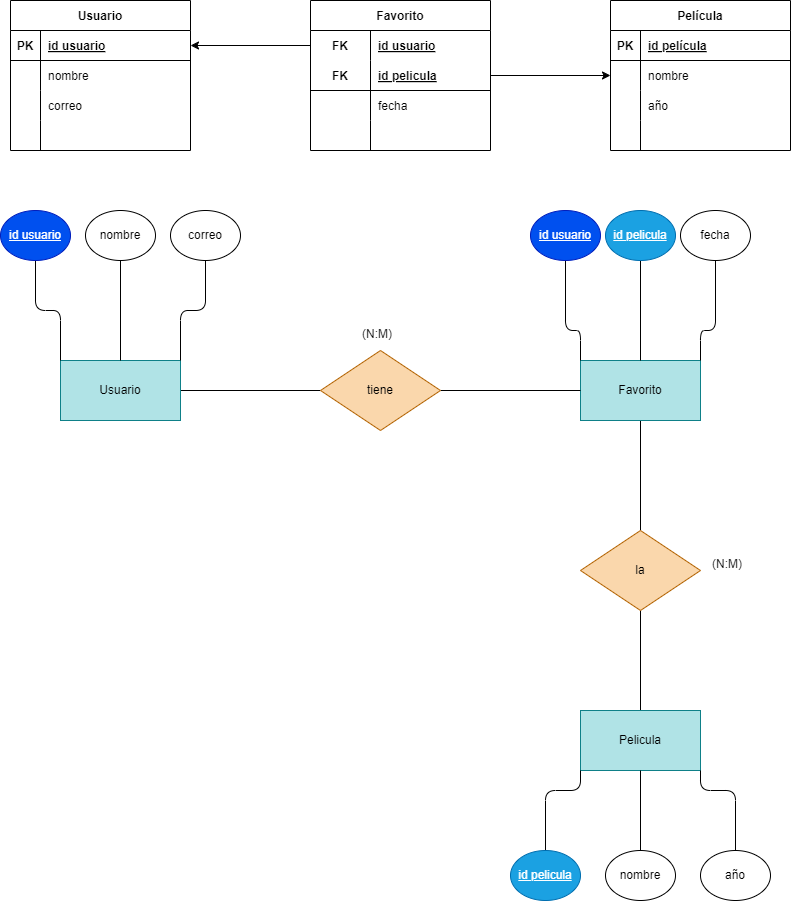
This is Tareas/Unidad2/ejercicio2.6.drawio.png from WhiteCascade/BAE, a draw.io export, as it was before one commit. Source tidied: cells renumbered, new cells last; positions are measured from the earlier drawing's top-left corner, leaving out a move shared by most shapes. Source of this version:
```xml
<mxGraphModel>
  <root>
    <mxCell id="0" />
    <mxCell id="1" parent="0" />
    <mxCell id="2" value="Usuario" style="shape=table;startSize=30;rowLines=0;fontStyle=1;align=center;" parent="1" vertex="1">
      <mxGeometry x="10" width="180" height="150" as="geometry" />
    </mxCell>
    <mxCell id="3" style="shape=tableRow;horizontal=0;startSize=0;swimlaneHead=0;swimlaneBody=0;fillColor=none;points=[[0,0.5],[1,0.5]];portConstraint=eastwest;top=0;left=0;right=0;bottom=1;" parent="2" vertex="1">
      <mxGeometry y="30" width="180" height="30" as="geometry" />
    </mxCell>
    <mxCell id="4" value="PK" style="shape=partialRectangle;fillColor=none;top=0;left=0;bottom=0;right=0;fontStyle=1;overflow=hidden;" parent="3" vertex="1">
      <mxGeometry width="30" height="30" as="geometry" />
    </mxCell>
    <mxCell id="5" value="id usuario" style="shape=partialRectangle;fillColor=none;top=0;left=0;bottom=0;right=0;align=left;spacingLeft=6;fontStyle=5;overflow=hidden;" parent="3" vertex="1">
      <mxGeometry x="30" width="150" height="30" as="geometry" />
    </mxCell>
    <mxCell id="6" style="shape=tableRow;horizontal=0;startSize=0;swimlaneHead=0;swimlaneBody=0;fillColor=none;top=0;left=0;right=0;bottom=0;" parent="2" vertex="1">
      <mxGeometry y="60" width="180" height="30" as="geometry" />
    </mxCell>
    <mxCell id="7" style="shape=partialRectangle;fillColor=none;top=0;left=0;bottom=0;right=0;overflow=hidden;" parent="6" vertex="1">
      <mxGeometry width="30" height="30" as="geometry" />
    </mxCell>
    <mxCell id="8" value="nombre" style="shape=partialRectangle;fillColor=none;top=0;left=0;bottom=0;right=0;align=left;spacingLeft=6;overflow=hidden;" parent="6" vertex="1">
      <mxGeometry x="30" width="150" height="30" as="geometry" />
    </mxCell>
    <mxCell id="9" style="shape=tableRow;horizontal=0;startSize=0;swimlaneHead=0;swimlaneBody=0;fillColor=none;top=0;left=0;right=0;bottom=0;" parent="2" vertex="1">
      <mxGeometry y="90" width="180" height="30" as="geometry" />
    </mxCell>
    <mxCell id="10" style="shape=partialRectangle;fillColor=none;top=0;left=0;bottom=0;right=0;overflow=hidden;" parent="9" vertex="1">
      <mxGeometry width="30" height="30" as="geometry" />
    </mxCell>
    <mxCell id="11" value="correo" style="shape=partialRectangle;fillColor=none;top=0;left=0;bottom=0;right=0;align=left;spacingLeft=6;overflow=hidden;" parent="9" vertex="1">
      <mxGeometry x="30" width="150" height="30" as="geometry" />
    </mxCell>
    <mxCell id="12" style="shape=tableRow;horizontal=0;startSize=0;swimlaneHead=0;swimlaneBody=0;fillColor=none;top=0;left=0;right=0;bottom=0;" parent="2" vertex="1">
      <mxGeometry y="120" width="180" height="30" as="geometry" />
    </mxCell>
    <mxCell id="13" style="shape=partialRectangle;fillColor=none;top=0;left=0;bottom=0;right=0;overflow=hidden;" parent="12" vertex="1">
      <mxGeometry width="30" height="30" as="geometry" />
    </mxCell>
    <mxCell id="14" style="shape=partialRectangle;fillColor=none;top=0;left=0;bottom=0;right=0;align=left;spacingLeft=6;overflow=hidden;" parent="12" vertex="1">
      <mxGeometry x="30" width="150" height="30" as="geometry" />
    </mxCell>
    <mxCell id="15" value="Favorito" style="shape=table;startSize=30;rowLines=0;fontStyle=1;align=center;" parent="1" vertex="1">
      <mxGeometry x="310" width="180" height="150" as="geometry" />
    </mxCell>
    <mxCell id="16" style="shape=tableRow;horizontal=0;startSize=0;swimlaneHead=0;swimlaneBody=0;fillColor=none;points=[[0,0.5],[1,0.5]];portConstraint=eastwest;top=0;left=0;right=0;bottom=0;" parent="15" vertex="1">
      <mxGeometry y="30" width="180" height="30" as="geometry" />
    </mxCell>
    <mxCell id="17" value="FK" style="shape=partialRectangle;fillColor=none;top=0;left=0;bottom=0;right=0;fontStyle=1;overflow=hidden;" parent="16" vertex="1">
      <mxGeometry width="60" height="30" as="geometry" />
    </mxCell>
    <mxCell id="18" value="id usuario" style="shape=partialRectangle;fillColor=none;top=0;left=0;bottom=0;right=0;align=left;spacingLeft=6;fontStyle=5;overflow=hidden;" parent="16" vertex="1">
      <mxGeometry x="60" width="120" height="30" as="geometry" />
    </mxCell>
    <mxCell id="19" style="shape=tableRow;horizontal=0;startSize=0;swimlaneHead=0;swimlaneBody=0;fillColor=none;points=[[0,0.5],[1,0.5]];portConstraint=eastwest;top=0;left=0;right=0;bottom=1;" parent="15" vertex="1">
      <mxGeometry y="60" width="180" height="30" as="geometry" />
    </mxCell>
    <mxCell id="20" value="FK" style="shape=partialRectangle;fillColor=none;top=0;left=0;bottom=0;right=0;fontStyle=1;overflow=hidden;" parent="19" vertex="1">
      <mxGeometry width="60" height="30" as="geometry" />
    </mxCell>
    <mxCell id="21" value="id pelicula" style="shape=partialRectangle;fillColor=none;top=0;left=0;bottom=0;right=0;align=left;spacingLeft=6;fontStyle=5;overflow=hidden;" parent="19" vertex="1">
      <mxGeometry x="60" width="120" height="30" as="geometry" />
    </mxCell>
    <mxCell id="22" style="shape=tableRow;horizontal=0;startSize=0;swimlaneHead=0;swimlaneBody=0;fillColor=none;top=0;left=0;right=0;bottom=0;" parent="15" vertex="1">
      <mxGeometry y="90" width="180" height="30" as="geometry" />
    </mxCell>
    <mxCell id="23" style="shape=partialRectangle;fillColor=none;top=0;left=0;bottom=0;right=0;overflow=hidden;" parent="22" vertex="1">
      <mxGeometry width="60" height="30" as="geometry" />
    </mxCell>
    <mxCell id="24" value="fecha" style="shape=partialRectangle;fillColor=none;top=0;left=0;bottom=0;right=0;align=left;spacingLeft=6;overflow=hidden;" parent="22" vertex="1">
      <mxGeometry x="60" width="120" height="30" as="geometry" />
    </mxCell>
    <mxCell id="25" style="shape=tableRow;horizontal=0;startSize=0;swimlaneHead=0;swimlaneBody=0;fillColor=none;top=0;left=0;right=0;bottom=0;" parent="15" vertex="1">
      <mxGeometry y="120" width="180" height="30" as="geometry" />
    </mxCell>
    <mxCell id="26" style="shape=partialRectangle;fillColor=none;top=0;left=0;bottom=0;right=0;overflow=hidden;" parent="25" vertex="1">
      <mxGeometry width="60" height="30" as="geometry" />
    </mxCell>
    <mxCell id="27" style="shape=partialRectangle;fillColor=none;top=0;left=0;bottom=0;right=0;align=left;spacingLeft=6;overflow=hidden;" parent="25" vertex="1">
      <mxGeometry x="60" width="120" height="30" as="geometry" />
    </mxCell>
    <mxCell id="28" value="Película" style="shape=table;startSize=30;rowLines=0;fontStyle=1;align=center;" parent="1" vertex="1">
      <mxGeometry x="610" width="180" height="150" as="geometry" />
    </mxCell>
    <mxCell id="29" style="shape=tableRow;horizontal=0;startSize=0;swimlaneHead=0;swimlaneBody=0;fillColor=none;top=0;left=0;right=0;bottom=1;" parent="28" vertex="1">
      <mxGeometry y="30" width="180" height="30" as="geometry" />
    </mxCell>
    <mxCell id="30" value="PK" style="shape=partialRectangle;fillColor=none;top=0;left=0;bottom=0;right=0;fontStyle=1;overflow=hidden;" parent="29" vertex="1">
      <mxGeometry width="30" height="30" as="geometry" />
    </mxCell>
    <mxCell id="31" value="id película" style="shape=partialRectangle;fillColor=none;top=0;left=0;bottom=0;right=0;align=left;spacingLeft=6;fontStyle=5;overflow=hidden;" parent="29" vertex="1">
      <mxGeometry x="30" width="150" height="30" as="geometry" />
    </mxCell>
    <mxCell id="32" style="shape=tableRow;horizontal=0;startSize=0;swimlaneHead=0;swimlaneBody=0;fillColor=none;top=0;left=0;right=0;bottom=0;" parent="28" vertex="1">
      <mxGeometry y="60" width="180" height="30" as="geometry" />
    </mxCell>
    <mxCell id="33" style="shape=partialRectangle;fillColor=none;top=0;left=0;bottom=0;right=0;overflow=hidden;" parent="32" vertex="1">
      <mxGeometry width="30" height="30" as="geometry" />
    </mxCell>
    <mxCell id="34" value="nombre" style="shape=partialRectangle;fillColor=none;top=0;left=0;bottom=0;right=0;align=left;spacingLeft=6;overflow=hidden;" parent="32" vertex="1">
      <mxGeometry x="30" width="150" height="30" as="geometry" />
    </mxCell>
    <mxCell id="35" style="shape=tableRow;horizontal=0;startSize=0;swimlaneHead=0;swimlaneBody=0;fillColor=none;top=0;left=0;right=0;bottom=0;" parent="28" vertex="1">
      <mxGeometry y="90" width="180" height="30" as="geometry" />
    </mxCell>
    <mxCell id="36" style="shape=partialRectangle;fillColor=none;top=0;left=0;bottom=0;right=0;overflow=hidden;" parent="35" vertex="1">
      <mxGeometry width="30" height="30" as="geometry" />
    </mxCell>
    <mxCell id="37" value="año" style="shape=partialRectangle;fillColor=none;top=0;left=0;bottom=0;right=0;align=left;spacingLeft=6;overflow=hidden;" parent="35" vertex="1">
      <mxGeometry x="30" width="150" height="30" as="geometry" />
    </mxCell>
    <mxCell id="38" style="shape=tableRow;horizontal=0;startSize=0;swimlaneHead=0;swimlaneBody=0;fillColor=none;top=0;left=0;right=0;bottom=0;" parent="28" vertex="1">
      <mxGeometry y="120" width="180" height="30" as="geometry" />
    </mxCell>
    <mxCell id="39" style="shape=partialRectangle;fillColor=none;top=0;left=0;bottom=0;right=0;overflow=hidden;" parent="38" vertex="1">
      <mxGeometry width="30" height="30" as="geometry" />
    </mxCell>
    <mxCell id="40" style="shape=partialRectangle;fillColor=none;top=0;left=0;bottom=0;right=0;align=left;spacingLeft=6;overflow=hidden;" parent="38" vertex="1">
      <mxGeometry x="30" width="150" height="30" as="geometry" />
    </mxCell>
    <mxCell id="41" style="edgeStyle=none;html=1;entryX=0;entryY=0.5;entryDx=0;entryDy=0;" parent="1" edge="1" source="19" target="28">
      <mxGeometry relative="1" as="geometry" />
    </mxCell>
    <mxCell id="42" style="edgeStyle=none;html=1;entryX=1;entryY=0.5;entryDx=0;entryDy=0;" parent="1" edge="1" source="16" target="3">
      <mxGeometry relative="1" as="geometry" />
    </mxCell>
    <mxCell id="43" style="edgeStyle=none;html=1;endArrow=none;endFill=0;" parent="1" edge="1" source="44" target="48">
      <mxGeometry relative="1" as="geometry" />
    </mxCell>
    <mxCell id="44" value="Usuario" style="rounded=0;whiteSpace=wrap;html=1;fillColor=#b0e3e6;strokeColor=#0e8088;" parent="1" vertex="1">
      <mxGeometry x="60" y="360" width="120" height="60" as="geometry" />
    </mxCell>
    <mxCell id="45" style="edgeStyle=none;html=1;endArrow=none;endFill=0;" parent="1" edge="1" source="46" target="50">
      <mxGeometry relative="1" as="geometry" />
    </mxCell>
    <mxCell id="46" value="Favorito" style="rounded=0;whiteSpace=wrap;html=1;fillColor=#b0e3e6;strokeColor=#0e8088;" parent="1" vertex="1">
      <mxGeometry x="580" y="360" width="120" height="60" as="geometry" />
    </mxCell>
    <mxCell id="47" style="edgeStyle=none;html=1;entryX=0;entryY=0.5;entryDx=0;entryDy=0;endArrow=none;endFill=0;" parent="1" edge="1" source="48" target="46">
      <mxGeometry relative="1" as="geometry" />
    </mxCell>
    <mxCell id="48" value="tiene" style="rhombus;whiteSpace=wrap;html=1;fillColor=#fad7ac;strokeColor=#b46504;" parent="1" vertex="1">
      <mxGeometry x="320" y="350" width="120" height="80" as="geometry" />
    </mxCell>
    <mxCell id="49" style="edgeStyle=none;html=1;endArrow=none;endFill=0;" parent="1" edge="1" source="50" target="51">
      <mxGeometry relative="1" as="geometry" />
    </mxCell>
    <mxCell id="50" value="la" style="rhombus;whiteSpace=wrap;html=1;fillColor=#fad7ac;strokeColor=#b46504;" parent="1" vertex="1">
      <mxGeometry x="580" y="530" width="120" height="80" as="geometry" />
    </mxCell>
    <mxCell id="51" value="Pelicula" style="rounded=0;whiteSpace=wrap;html=1;fillColor=#b0e3e6;strokeColor=#0e8088;" parent="1" vertex="1">
      <mxGeometry x="580" y="710" width="120" height="60" as="geometry" />
    </mxCell>
    <mxCell id="52" style="edgeStyle=none;html=1;entryX=0;entryY=0;entryDx=0;entryDy=0;endArrow=none;endFill=0;" parent="1" edge="1" source="53" target="44">
      <mxGeometry relative="1" as="geometry">
        <Array as="points">
          <mxPoint x="35" y="310" />
          <mxPoint x="60" y="310" />
        </Array>
      </mxGeometry>
    </mxCell>
    <mxCell id="53" value="&lt;u&gt;id usuario&lt;/u&gt;" style="ellipse;whiteSpace=wrap;html=1;fillColor=#0050ef;fontColor=#ffffff;strokeColor=#001DBC;" parent="1" vertex="1">
      <mxGeometry y="210" width="70" height="50" as="geometry" />
    </mxCell>
    <mxCell id="54" style="edgeStyle=none;html=1;entryX=1;entryY=0;entryDx=0;entryDy=0;endArrow=none;endFill=0;" parent="1" edge="1" source="55" target="44">
      <mxGeometry relative="1" as="geometry">
        <Array as="points">
          <mxPoint x="205" y="310" />
          <mxPoint x="180" y="310" />
        </Array>
      </mxGeometry>
    </mxCell>
    <mxCell id="55" value="correo" style="ellipse;whiteSpace=wrap;html=1;" parent="1" vertex="1">
      <mxGeometry x="170" y="210" width="70" height="50" as="geometry" />
    </mxCell>
    <mxCell id="56" style="edgeStyle=none;html=1;endArrow=none;endFill=0;" parent="1" edge="1" source="57" target="44">
      <mxGeometry relative="1" as="geometry" />
    </mxCell>
    <mxCell id="57" value="nombre" style="ellipse;whiteSpace=wrap;html=1;" parent="1" vertex="1">
      <mxGeometry x="85" y="210" width="70" height="50" as="geometry" />
    </mxCell>
    <mxCell id="58" style="edgeStyle=none;html=1;entryX=0;entryY=0;entryDx=0;entryDy=0;endArrow=none;endFill=0;" parent="1" edge="1" source="59" target="46">
      <mxGeometry relative="1" as="geometry">
        <Array as="points">
          <mxPoint x="565" y="330" />
          <mxPoint x="580" y="330" />
        </Array>
      </mxGeometry>
    </mxCell>
    <mxCell id="59" value="&lt;u&gt;id usuario&lt;/u&gt;" style="ellipse;whiteSpace=wrap;html=1;fillColor=#0050ef;fontColor=#ffffff;strokeColor=#001DBC;" parent="1" vertex="1">
      <mxGeometry x="530" y="210" width="70" height="50" as="geometry" />
    </mxCell>
    <mxCell id="60" style="edgeStyle=none;html=1;endArrow=none;endFill=0;" parent="1" edge="1" source="61" target="46">
      <mxGeometry relative="1" as="geometry" />
    </mxCell>
    <mxCell id="61" value="&lt;u&gt;id pelicula&lt;/u&gt;" style="ellipse;whiteSpace=wrap;html=1;fillColor=#1ba1e2;fontColor=#ffffff;strokeColor=#006EAF;" parent="1" vertex="1">
      <mxGeometry x="605" y="210" width="70" height="50" as="geometry" />
    </mxCell>
    <mxCell id="62" style="edgeStyle=none;html=1;entryX=1;entryY=0;entryDx=0;entryDy=0;endArrow=none;endFill=0;" parent="1" edge="1" source="63" target="46">
      <mxGeometry relative="1" as="geometry">
        <Array as="points">
          <mxPoint x="715" y="330" />
          <mxPoint x="700" y="330" />
        </Array>
      </mxGeometry>
    </mxCell>
    <mxCell id="63" value="fecha" style="ellipse;whiteSpace=wrap;html=1;" parent="1" vertex="1">
      <mxGeometry x="680" y="210" width="70" height="50" as="geometry" />
    </mxCell>
    <mxCell id="64" style="edgeStyle=none;html=1;entryX=0;entryY=1;entryDx=0;entryDy=0;endArrow=none;endFill=0;" parent="1" edge="1" source="65" target="51">
      <mxGeometry relative="1" as="geometry">
        <Array as="points">
          <mxPoint x="545" y="790" />
          <mxPoint x="580" y="790" />
        </Array>
      </mxGeometry>
    </mxCell>
    <mxCell id="65" value="&lt;u&gt;id pelicula&lt;/u&gt;" style="ellipse;whiteSpace=wrap;html=1;fillColor=#1ba1e2;fontColor=#ffffff;strokeColor=#006EAF;" parent="1" vertex="1">
      <mxGeometry x="510" y="850" width="70" height="50" as="geometry" />
    </mxCell>
    <mxCell id="66" style="edgeStyle=none;html=1;endArrow=none;endFill=0;" parent="1" edge="1" source="67" target="51">
      <mxGeometry relative="1" as="geometry" />
    </mxCell>
    <mxCell id="67" value="nombre" style="ellipse;whiteSpace=wrap;html=1;" parent="1" vertex="1">
      <mxGeometry x="605" y="850" width="70" height="50" as="geometry" />
    </mxCell>
    <mxCell id="68" style="edgeStyle=none;html=1;entryX=1;entryY=1;entryDx=0;entryDy=0;endArrow=none;endFill=0;" parent="1" edge="1" source="69" target="51">
      <mxGeometry relative="1" as="geometry">
        <Array as="points">
          <mxPoint x="735" y="790" />
          <mxPoint x="700" y="790" />
        </Array>
      </mxGeometry>
    </mxCell>
    <mxCell id="69" value="año" style="ellipse;whiteSpace=wrap;html=1;" parent="1" vertex="1">
      <mxGeometry x="700" y="850" width="70" height="50" as="geometry" />
    </mxCell>
    <mxCell id="70" value="(N:M)" style="text;whiteSpace=wrap;html=1;" parent="1" vertex="1">
      <mxGeometry x="710" y="550" width="60" height="40" as="geometry" />
    </mxCell>
    <mxCell id="71" value="(N:M)" style="text;whiteSpace=wrap;html=1;" parent="1" vertex="1">
      <mxGeometry x="360" y="320" width="60" height="40" as="geometry" />
    </mxCell>
  </root>
</mxGraphModel>
```
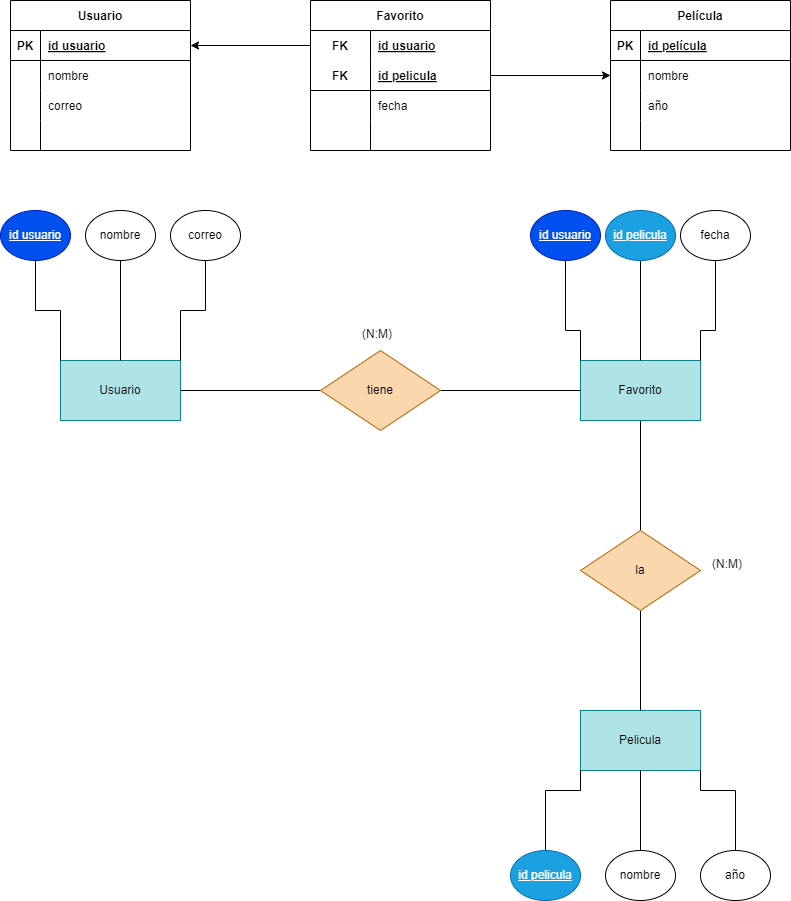
After the commit.

The edit, as a diff of the source:
```diff
@@ -152,7 +152,7 @@
     <mxCell id="51" value="Pelicula" style="rounded=0;whiteSpace=wrap;html=1;fillColor=#b0e3e6;strokeColor=#0e8088;" parent="1" vertex="1">
       <mxGeometry x="580" y="710" width="120" height="60" as="geometry" />
     </mxCell>
-    <mxCell id="52" style="edgeStyle=none;html=1;entryX=0;entryY=0;entryDx=0;entryDy=0;endArrow=none;endFill=0;" parent="1" edge="1" source="53" target="44">
+    <mxCell id="52" style="edgeStyle=none;html=1;entryX=0;entryY=0;entryDx=0;entryDy=0;endArrow=none;endFill=0;rounded=0;" parent="1" edge="1" source="53" target="44">
       <mxGeometry relative="1" as="geometry">
         <Array as="points">
           <mxPoint x="35" y="310" />
@@ -163,7 +163,7 @@
     <mxCell id="53" value="&lt;u&gt;id usuario&lt;/u&gt;" style="ellipse;whiteSpace=wrap;html=1;fillColor=#0050ef;fontColor=#ffffff;strokeColor=#001DBC;" parent="1" vertex="1">
       <mxGeometry y="210" width="70" height="50" as="geometry" />
     </mxCell>
-    <mxCell id="54" style="edgeStyle=none;html=1;entryX=1;entryY=0;entryDx=0;entryDy=0;endArrow=none;endFill=0;" parent="1" edge="1" source="55" target="44">
+    <mxCell id="54" style="edgeStyle=none;html=1;entryX=1;entryY=0;entryDx=0;entryDy=0;endArrow=none;endFill=0;rounded=0;" parent="1" edge="1" source="55" target="44">
       <mxGeometry relative="1" as="geometry">
         <Array as="points">
           <mxPoint x="205" y="310" />
@@ -180,7 +180,7 @@
     <mxCell id="57" value="nombre" style="ellipse;whiteSpace=wrap;html=1;" parent="1" vertex="1">
       <mxGeometry x="85" y="210" width="70" height="50" as="geometry" />
     </mxCell>
-    <mxCell id="58" style="edgeStyle=none;html=1;entryX=0;entryY=0;entryDx=0;entryDy=0;endArrow=none;endFill=0;" parent="1" edge="1" source="59" target="46">
+    <mxCell id="58" style="edgeStyle=none;html=1;entryX=0;entryY=0;entryDx=0;entryDy=0;endArrow=none;endFill=0;rounded=0;" parent="1" edge="1" source="59" target="46">
       <mxGeometry relative="1" as="geometry">
         <Array as="points">
           <mxPoint x="565" y="330" />
@@ -197,7 +197,7 @@
     <mxCell id="61" value="&lt;u&gt;id pelicula&lt;/u&gt;" style="ellipse;whiteSpace=wrap;html=1;fillColor=#1ba1e2;fontColor=#ffffff;strokeColor=#006EAF;" parent="1" vertex="1">
       <mxGeometry x="605" y="210" width="70" height="50" as="geometry" />
     </mxCell>
-    <mxCell id="62" style="edgeStyle=none;html=1;entryX=1;entryY=0;entryDx=0;entryDy=0;endArrow=none;endFill=0;" parent="1" edge="1" source="63" target="46">
+    <mxCell id="62" style="edgeStyle=none;html=1;entryX=1;entryY=0;entryDx=0;entryDy=0;endArrow=none;endFill=0;rounded=0;" parent="1" edge="1" source="63" target="46">
       <mxGeometry relative="1" as="geometry">
         <Array as="points">
           <mxPoint x="715" y="330" />
@@ -208,7 +208,7 @@
     <mxCell id="63" value="fecha" style="ellipse;whiteSpace=wrap;html=1;" parent="1" vertex="1">
       <mxGeometry x="680" y="210" width="70" height="50" as="geometry" />
     </mxCell>
-    <mxCell id="64" style="edgeStyle=none;html=1;entryX=0;entryY=1;entryDx=0;entryDy=0;endArrow=none;endFill=0;" parent="1" edge="1" source="65" target="51">
+    <mxCell id="64" style="edgeStyle=none;html=1;entryX=0;entryY=1;entryDx=0;entryDy=0;endArrow=none;endFill=0;rounded=0;" parent="1" edge="1" source="65" target="51">
       <mxGeometry relative="1" as="geometry">
         <Array as="points">
           <mxPoint x="545" y="790" />
@@ -225,7 +225,7 @@
     <mxCell id="67" value="nombre" style="ellipse;whiteSpace=wrap;html=1;" parent="1" vertex="1">
       <mxGeometry x="605" y="850" width="70" height="50" as="geometry" />
     </mxCell>
-    <mxCell id="68" style="edgeStyle=none;html=1;entryX=1;entryY=1;entryDx=0;entryDy=0;endArrow=none;endFill=0;" parent="1" edge="1" source="69" target="51">
+    <mxCell id="68" style="edgeStyle=none;html=1;entryX=1;entryY=1;entryDx=0;entryDy=0;endArrow=none;endFill=0;rounded=0;" parent="1" edge="1" source="69" target="51">
       <mxGeometry relative="1" as="geometry">
         <Array as="points">
           <mxPoint x="735" y="790" />
```
